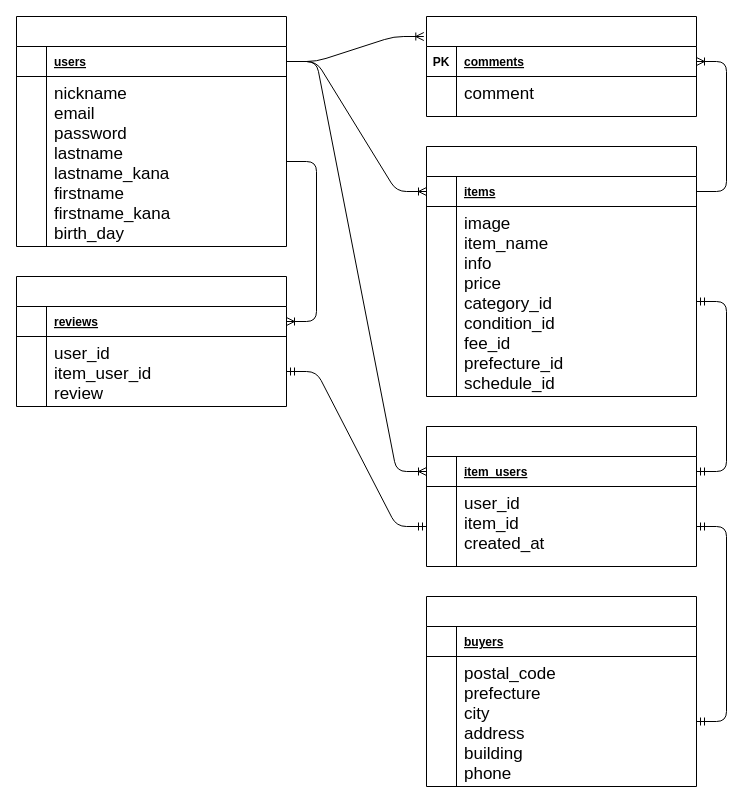
Before: furima.dio in IguchiRyo622/furima-31093, a draw.io diagram. Source tidied: cells renumbered, new cells numbered last; positions are measured from the earlier drawing's top-left corner, leaving out a move shared by most shapes. Both pictures are drawn from the tidied source at 100%, with x=0, y=0 at pixel (16, 16).
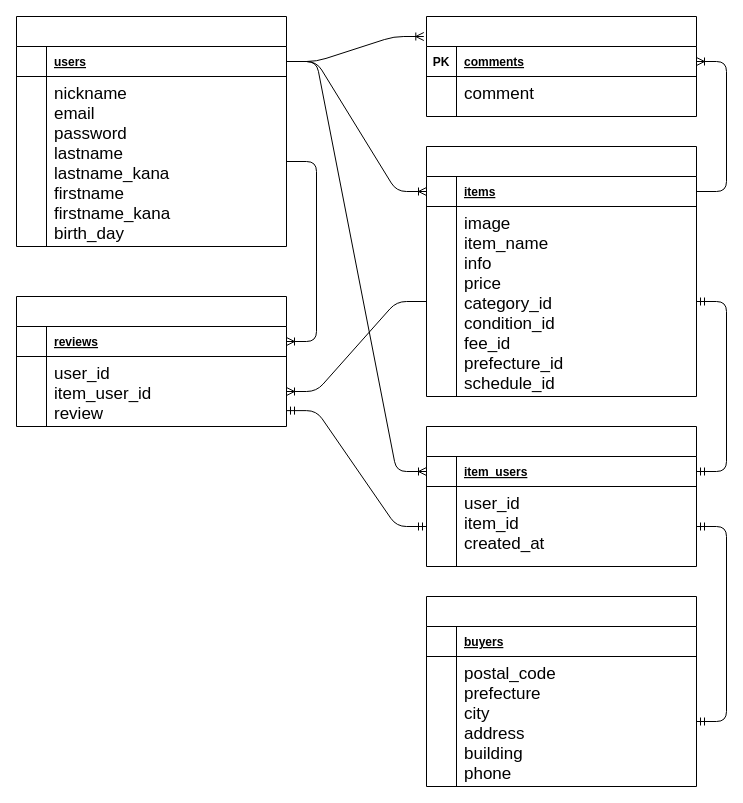
The same diagram, later.

Commit message (it also covers changes not shown here):
ER図とREADMEの修正

The change refers to these unchanged cells:
```xml
<mxCell id="26" style="shape=partialRectangle;fillColor=none;top=0;left=0;bottom=0;right=0;points=[[0,0.5],[1,0.5]];portConstraint=eastwest;" parent="22" vertex="1">
  <mxGeometry y="60" width="270" height="190" as="geometry" />
</mxCell>
<mxCell id="33" style="shape=partialRectangle;fillColor=none;top=0;left=0;bottom=0;right=0;points=[[0,0.5],[1,0.5]];portConstraint=eastwest;" parent="29" vertex="1">
  <mxGeometry y="60" width="270" height="80" as="geometry" />
</mxCell>
<mxCell id="49" style="shape=partialRectangle;fillColor=none;top=0;left=0;bottom=0;right=0;points=[[0,0.5],[1,0.5]];portConstraint=eastwest;" parent="45" vertex="1">
  <mxGeometry y="60" width="270" height="70" as="geometry" />
</mxCell>
```

The edit, as a diff of the source:
```diff
@@
-    <mxCell id="43" style="edgeStyle=entityRelationEdgeStyle;fontSize=12;html=1;endArrow=ERmandOne;startArrow=ERmandOne;" parent="1" edge="1" source="49" target="33">
+    <mxCell id="43" style="edgeStyle=entityRelationEdgeStyle;fontSize=12;html=1;endArrow=ERmandOne;startArrow=ERmandOne;exitX=1;exitY=0.773;exitDx=0;exitDy=0;exitPerimeter=0;" parent="1" edge="1" source="49" target="33">
       <mxGeometry relative="1" as="geometry" />
     </mxCell>
@@
+    <mxCell id="52" style="edgeStyle=entityRelationEdgeStyle;fontSize=12;html=1;endArrow=ERoneToMany;" parent="1" edge="1" source="26" target="49">
+      <mxGeometry relative="1" as="geometry" />
+    </mxCell>
     <mxCell id="45" style="shape=table;startSize=30;childLayout=tableLayout;rowLines=0;fontStyle=1;align=center;" parent="1" vertex="1">
-      <mxGeometry y="260" width="270" height="130" as="geometry" />
+      <mxGeometry y="280" width="270" height="130" as="geometry" />
     </mxCell>
```
